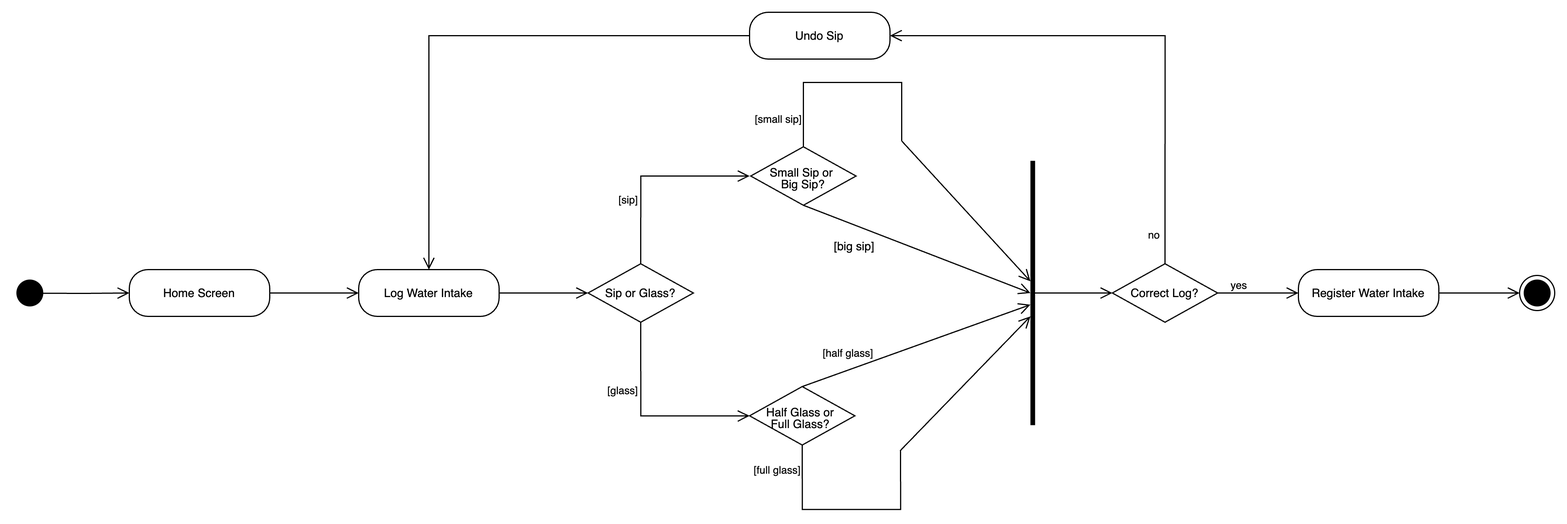
This is UML_diagrams/uml2_water_intake.png from software-students-spring2025/1-specification-exercise-proj1, a draw.io export, as it was before one commit. Source tidied: cells renumbered, new cells last; positions are measured from the earlier drawing's top-left corner, leaving out a move shared by most shapes. Source of this version:
```xml
<mxGraphModel>
  <root>
    <mxCell id="0" />
    <mxCell id="1" parent="0" />
    <mxCell id="2" style="ellipse;html=1;shape=startState;fillColor=#000000;strokeColor=#000000;" parent="1" vertex="1">
      <mxGeometry y="225" width="30" height="30" as="geometry" />
    </mxCell>
    <mxCell id="3" style="edgeStyle=orthogonalEdgeStyle;html=1;verticalAlign=bottom;endArrow=open;endSize=8;strokeColor=#000000;rounded=0;exitX=0.808;exitY=0.509;exitDx=0;exitDy=0;exitPerimeter=0;" parent="1" edge="1" source="2">
      <mxGeometry relative="1" as="geometry">
        <mxPoint x="100" y="240" as="targetPoint" />
      </mxGeometry>
    </mxCell>
    <mxCell id="4" value="&lt;font style=&quot;font-size: 10px;&quot;&gt;Home Screen&lt;/font&gt;" style="rounded=1;whiteSpace=wrap;html=1;arcSize=40;fontColor=#000000;fillColor=#FFFFFF;strokeColor=#000000;" parent="1" vertex="1">
      <mxGeometry x="100" y="220" width="120" height="40" as="geometry" />
    </mxCell>
    <mxCell id="5" style="edgeStyle=orthogonalEdgeStyle;html=1;verticalAlign=bottom;endArrow=open;endSize=8;strokeColor=#000000;rounded=0;exitX=0.808;exitY=0.509;exitDx=0;exitDy=0;exitPerimeter=0;" parent="1" edge="1">
      <mxGeometry relative="1" as="geometry">
        <mxPoint x="220" y="240" as="sourcePoint" />
        <mxPoint x="296" y="240" as="targetPoint" />
      </mxGeometry>
    </mxCell>
    <mxCell id="6" value="&lt;font style=&quot;font-size: 10px;&quot;&gt;Log Water Intake&lt;/font&gt;" style="rounded=1;whiteSpace=wrap;html=1;arcSize=40;fontColor=#000000;fillColor=#FFFFFF;strokeColor=#000000;" parent="1" vertex="1">
      <mxGeometry x="296" y="220" width="120" height="40" as="geometry" />
    </mxCell>
    <mxCell id="7" value="&lt;font style=&quot;font-size: 10px;&quot;&gt;Sip or Glass?&lt;/font&gt;" style="rhombus;whiteSpace=wrap;html=1;fontColor=#000000;fillColor=#FFFFFF;strokeColor=#000000;" parent="1" vertex="1">
      <mxGeometry x="492" y="215" width="90" height="50" as="geometry" />
    </mxCell>
    <mxCell id="8" style="edgeStyle=orthogonalEdgeStyle;html=1;verticalAlign=bottom;endArrow=open;endSize=8;strokeColor=#000000;rounded=0;exitX=0.808;exitY=0.509;exitDx=0;exitDy=0;exitPerimeter=0;" parent="1" edge="1">
      <mxGeometry relative="1" as="geometry">
        <mxPoint x="416" y="240" as="sourcePoint" />
        <mxPoint x="492" y="240" as="targetPoint" />
      </mxGeometry>
    </mxCell>
    <mxCell id="9" style="edgeStyle=orthogonalEdgeStyle;html=1;verticalAlign=bottom;endArrow=open;endSize=8;strokeColor=#000000;rounded=0;exitX=0.5;exitY=0;exitDx=0;exitDy=0;" parent="1" edge="1" source="7">
      <mxGeometry relative="1" as="geometry">
        <mxPoint x="630" y="140" as="targetPoint" />
        <Array as="points">
          <mxPoint x="537" y="140" />
        </Array>
      </mxGeometry>
    </mxCell>
    <mxCell id="10" value="&lt;font style=&quot;font-size: 9px;&quot;&gt;[sip]&lt;/font&gt;" style="edgeLabel;html=1;align=right;verticalAlign=middle;labelPosition=left;verticalLabelPosition=middle;" parent="9" vertex="1">
      <mxGeometry x="-0.34" relative="1" as="geometry">
        <mxPoint x="-3" as="offset" />
      </mxGeometry>
    </mxCell>
    <mxCell id="11" style="edgeStyle=orthogonalEdgeStyle;html=1;verticalAlign=bottom;endArrow=open;endSize=8;strokeColor=#000000;rounded=0;exitX=0.5;exitY=0;exitDx=0;exitDy=0;" parent="1" edge="1">
      <mxGeometry relative="1" as="geometry">
        <mxPoint x="537" y="265" as="sourcePoint" />
        <mxPoint x="630" y="345" as="targetPoint" />
        <Array as="points">
          <mxPoint x="537" y="345" />
          <mxPoint x="625" y="345" />
        </Array>
      </mxGeometry>
    </mxCell>
    <mxCell id="12" value="&lt;font style=&quot;font-size: 9px;&quot;&gt;[glass]&lt;/font&gt;" style="edgeLabel;html=1;align=right;verticalAlign=middle;labelPosition=left;verticalLabelPosition=middle;" parent="11" vertex="1">
      <mxGeometry x="-0.34" relative="1" as="geometry">
        <mxPoint x="-3" as="offset" />
      </mxGeometry>
    </mxCell>
    <mxCell id="13" value="&lt;font style=&quot;font-size: 10px; line-height: 50%;&quot;&gt;Small Sip or&amp;nbsp;&lt;/font&gt;&lt;div style=&quot;line-height: 50%;&quot;&gt;&lt;font style=&quot;font-size: 10px; line-height: 50%;&quot;&gt;Big Sip?&lt;/font&gt;&lt;/div&gt;" style="rhombus;whiteSpace=wrap;html=1;fontColor=#000000;fillColor=#FFFFFF;strokeColor=#000000;" parent="1" vertex="1">
      <mxGeometry x="631" y="115" width="90" height="50" as="geometry" />
    </mxCell>
    <mxCell id="14" style="edgeStyle=orthogonalEdgeStyle;html=1;verticalAlign=bottom;endArrow=none;endSize=8;strokeColor=#000000;rounded=0;exitX=0.5;exitY=0;exitDx=0;exitDy=0;startFill=0;" parent="1" edge="1">
      <mxGeometry relative="1" as="geometry">
        <mxPoint x="676" y="115" as="sourcePoint" />
        <mxPoint x="760" y="110" as="targetPoint" />
        <Array as="points">
          <mxPoint x="676" y="60" />
          <mxPoint x="760" y="60" />
        </Array>
      </mxGeometry>
    </mxCell>
    <mxCell id="15" value="&lt;font style=&quot;font-size: 9px;&quot;&gt;[small sip]&lt;/font&gt;" style="edgeLabel;html=1;align=right;verticalAlign=middle;labelPosition=left;verticalLabelPosition=middle;" parent="14" vertex="1">
      <mxGeometry x="-0.34" relative="1" as="geometry">
        <mxPoint x="-8" y="30" as="offset" />
      </mxGeometry>
    </mxCell>
    <mxCell id="16" style="html=1;verticalAlign=bottom;endArrow=open;endSize=8;strokeColor=#000000;rounded=0;exitX=0.5;exitY=0;exitDx=0;exitDy=0;" parent="1" edge="1">
      <mxGeometry relative="1" as="geometry">
        <mxPoint x="676" y="165" as="sourcePoint" />
        <mxPoint x="870" y="240" as="targetPoint" />
      </mxGeometry>
    </mxCell>
    <mxCell id="17" value="&lt;font size=&quot;1&quot;&gt;[big sip]&lt;/font&gt;" style="edgeLabel;html=1;align=right;verticalAlign=middle;labelPosition=left;verticalLabelPosition=middle;" parent="16" vertex="1">
      <mxGeometry x="-0.34" relative="1" as="geometry">
        <mxPoint x="-3" y="10" as="offset" />
      </mxGeometry>
    </mxCell>
    <mxCell id="18" value="&lt;span style=&quot;font-size: 10px; line-height: 50%;&quot;&gt;Half Glass or&amp;nbsp;&lt;/span&gt;&lt;div style=&quot;line-height: 50%;&quot;&gt;&lt;span style=&quot;font-size: 10px; line-height: 50%;&quot;&gt;Full Glass?&amp;nbsp;&lt;/span&gt;&lt;/div&gt;" style="rhombus;whiteSpace=wrap;html=1;fontColor=#000000;fillColor=#FFFFFF;strokeColor=#000000;" parent="1" vertex="1">
      <mxGeometry x="630" y="320" width="90" height="50" as="geometry" />
    </mxCell>
    <mxCell id="19" style="html=1;verticalAlign=bottom;endArrow=open;endSize=8;strokeColor=#000000;rounded=0;exitX=0.5;exitY=0;exitDx=0;exitDy=0;" parent="1" edge="1">
      <mxGeometry relative="1" as="geometry">
        <mxPoint x="675" y="320" as="sourcePoint" />
        <mxPoint x="870" y="250" as="targetPoint" />
      </mxGeometry>
    </mxCell>
    <mxCell id="20" value="&lt;font style=&quot;font-size: 9px;&quot;&gt;[half glass]&lt;/font&gt;" style="edgeLabel;html=1;align=right;verticalAlign=middle;labelPosition=left;verticalLabelPosition=middle;" parent="19" vertex="1">
      <mxGeometry x="-0.34" relative="1" as="geometry">
        <mxPoint x="-3" y="-7" as="offset" />
      </mxGeometry>
    </mxCell>
    <mxCell id="21" style="line;strokeWidth=4;fillColor=none;align=left;verticalAlign=middle;spacingTop=-1;spacingLeft=3;spacingRight=3;labelPosition=right;points=[];portConstraint=eastwest;strokeColor=inherit;direction=south;" parent="1" vertex="1">
      <mxGeometry x="868" y="127" width="8" height="226" as="geometry" />
    </mxCell>
    <mxCell id="22" style="html=1;verticalAlign=bottom;endArrow=open;endSize=8;strokeColor=#000000;rounded=0;exitX=0.5;exitY=0;exitDx=0;exitDy=0;" parent="1" edge="1">
      <mxGeometry relative="1" as="geometry">
        <mxPoint x="760" y="110" as="sourcePoint" />
        <mxPoint x="870" y="230" as="targetPoint" />
      </mxGeometry>
    </mxCell>
    <mxCell id="23" style="edgeStyle=orthogonalEdgeStyle;html=1;verticalAlign=bottom;endArrow=none;endSize=8;strokeColor=#000000;rounded=0;exitX=0.5;exitY=0;exitDx=0;exitDy=0;startFill=0;" parent="1" edge="1">
      <mxGeometry relative="1" as="geometry">
        <mxPoint x="675" y="370" as="sourcePoint" />
        <mxPoint x="759" y="375" as="targetPoint" />
        <Array as="points">
          <mxPoint x="675" y="425" />
          <mxPoint x="759" y="425" />
        </Array>
      </mxGeometry>
    </mxCell>
    <mxCell id="24" value="&lt;font style=&quot;font-size: 9px;&quot;&gt;[full glass]&lt;/font&gt;" style="edgeLabel;html=1;align=right;verticalAlign=middle;labelPosition=left;verticalLabelPosition=middle;" parent="23" vertex="1">
      <mxGeometry x="-0.34" relative="1" as="geometry">
        <mxPoint x="-8" y="-35" as="offset" />
      </mxGeometry>
    </mxCell>
    <mxCell id="25" style="html=1;verticalAlign=bottom;endArrow=open;endSize=8;strokeColor=#000000;rounded=0;exitX=0.5;exitY=0;exitDx=0;exitDy=0;" parent="1" edge="1">
      <mxGeometry relative="1" as="geometry">
        <mxPoint x="758.6" y="375" as="sourcePoint" />
        <mxPoint x="870" y="260" as="targetPoint" />
      </mxGeometry>
    </mxCell>
    <mxCell id="26" style="edgeStyle=orthogonalEdgeStyle;html=1;verticalAlign=bottom;endArrow=open;endSize=8;strokeColor=#000000;rounded=0;exitX=0.808;exitY=0.509;exitDx=0;exitDy=0;exitPerimeter=0;entryX=0;entryY=0.5;entryDx=0;entryDy=0;" parent="1" edge="1">
      <mxGeometry relative="1" as="geometry">
        <mxPoint x="871" y="240" as="sourcePoint" />
        <mxPoint x="940" y="240" as="targetPoint" />
      </mxGeometry>
    </mxCell>
    <mxCell id="27" value="&lt;font style=&quot;font-size: 10px;&quot;&gt;Correct Log?&lt;/font&gt;" style="rhombus;whiteSpace=wrap;html=1;fontColor=#000000;fillColor=#FFFFFF;strokeColor=#000000;" parent="1" vertex="1">
      <mxGeometry x="940" y="215" width="90" height="50" as="geometry" />
    </mxCell>
    <mxCell id="28" style="edgeStyle=orthogonalEdgeStyle;html=1;verticalAlign=bottom;endArrow=open;endSize=8;strokeColor=#000000;rounded=0;entryX=0.5;entryY=0;entryDx=0;entryDy=0;exitX=0;exitY=0.5;exitDx=0;exitDy=0;" parent="1" edge="1" source="36" target="6">
      <mxGeometry relative="1" as="geometry">
        <Array as="points">
          <mxPoint x="356" y="20" />
        </Array>
      </mxGeometry>
    </mxCell>
    <mxCell id="29" style="edgeStyle=orthogonalEdgeStyle;html=1;verticalAlign=bottom;endArrow=open;endSize=8;strokeColor=#000000;rounded=0;exitX=0.808;exitY=0.509;exitDx=0;exitDy=0;exitPerimeter=0;entryX=0;entryY=0.5;entryDx=0;entryDy=0;" parent="1" edge="1">
      <mxGeometry relative="1" as="geometry">
        <mxPoint x="1030" y="240" as="sourcePoint" />
        <mxPoint x="1099" y="240" as="targetPoint" />
      </mxGeometry>
    </mxCell>
    <mxCell id="30" value="&lt;font style=&quot;font-size: 9px;&quot;&gt;yes&lt;/font&gt;" style="edgeLabel;html=1;align=center;verticalAlign=bottom;labelPosition=center;verticalLabelPosition=top;" parent="29" vertex="1">
      <mxGeometry x="-0.49" relative="1" as="geometry" />
    </mxCell>
    <mxCell id="31" value="&lt;font style=&quot;font-size: 10px;&quot;&gt;Register Water Intake&lt;/font&gt;" style="rounded=1;whiteSpace=wrap;html=1;arcSize=40;fontColor=#000000;fillColor=#FFFFFF;strokeColor=#000000;" parent="1" vertex="1">
      <mxGeometry x="1099" y="220" width="120" height="40" as="geometry" />
    </mxCell>
    <mxCell id="32" style="edgeStyle=orthogonalEdgeStyle;html=1;verticalAlign=bottom;endArrow=open;endSize=8;strokeColor=#000000;rounded=0;exitX=0.808;exitY=0.509;exitDx=0;exitDy=0;exitPerimeter=0;entryX=0;entryY=0.5;entryDx=0;entryDy=0;" parent="1" edge="1">
      <mxGeometry relative="1" as="geometry">
        <mxPoint x="1219" y="240" as="sourcePoint" />
        <mxPoint x="1288" y="240" as="targetPoint" />
      </mxGeometry>
    </mxCell>
    <mxCell id="33" style="ellipse;html=1;shape=endState;fillColor=#000000;strokeColor=#000000;" parent="1" vertex="1">
      <mxGeometry x="1288" y="225" width="30" height="30" as="geometry" />
    </mxCell>
    <mxCell id="34" style="edgeStyle=orthogonalEdgeStyle;html=1;verticalAlign=bottom;endArrow=open;endSize=8;strokeColor=#000000;rounded=0;exitX=0.5;exitY=0;exitDx=0;exitDy=0;entryX=1;entryY=0.5;entryDx=0;entryDy=0;" parent="1" edge="1" target="36">
      <mxGeometry relative="1" as="geometry">
        <mxPoint x="985" y="215" as="sourcePoint" />
        <Array as="points">
          <mxPoint x="985" y="20" />
        </Array>
      </mxGeometry>
    </mxCell>
    <mxCell id="35" value="&lt;font style=&quot;font-size: 9px;&quot;&gt;no&lt;/font&gt;" style="edgeLabel;html=1;align=right;verticalAlign=middle;labelPosition=left;verticalLabelPosition=middle;" parent="34" vertex="1">
      <mxGeometry x="-0.34" relative="1" as="geometry">
        <mxPoint x="-5" y="116" as="offset" />
      </mxGeometry>
    </mxCell>
    <mxCell id="36" value="&lt;font style=&quot;font-size: 10px;&quot;&gt;Undo Sip&lt;/font&gt;" style="rounded=1;whiteSpace=wrap;html=1;arcSize=40;fontColor=#000000;fillColor=#FFFFFF;strokeColor=#000000;" parent="1" vertex="1">
      <mxGeometry x="630" width="120" height="40" as="geometry" />
    </mxCell>
  </root>
</mxGraphModel>
```
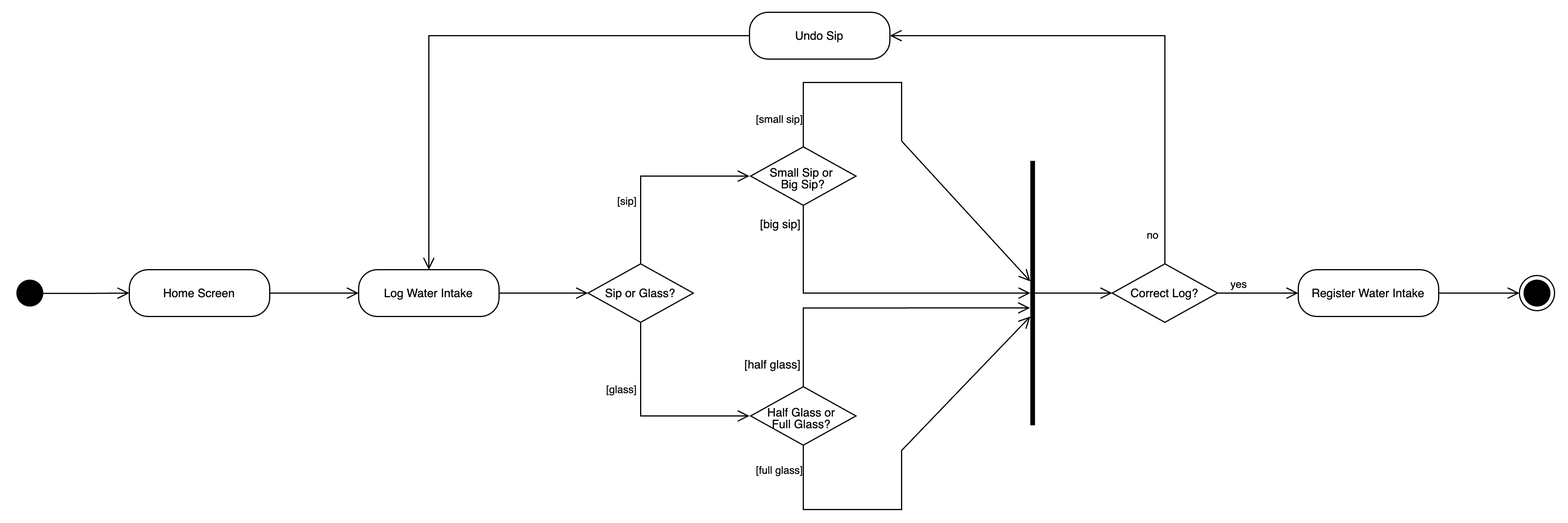
The same file after the commit.

Commit message:
Update UML Diagram 2

What changed in the source:
```diff
@@ -77,31 +77,9 @@
         <mxPoint x="-8" y="30" as="offset" />
       </mxGeometry>
     </mxCell>
-    <mxCell id="16" style="html=1;verticalAlign=bottom;endArrow=open;endSize=8;strokeColor=#000000;rounded=0;exitX=0.5;exitY=0;exitDx=0;exitDy=0;" parent="1" edge="1">
-      <mxGeometry relative="1" as="geometry">
-        <mxPoint x="676" y="165" as="sourcePoint" />
-        <mxPoint x="870" y="240" as="targetPoint" />
-      </mxGeometry>
-    </mxCell>
-    <mxCell id="17" value="&lt;font size=&quot;1&quot;&gt;[big sip]&lt;/font&gt;" style="edgeLabel;html=1;align=right;verticalAlign=middle;labelPosition=left;verticalLabelPosition=middle;" parent="16" vertex="1">
-      <mxGeometry x="-0.34" relative="1" as="geometry">
-        <mxPoint x="-3" y="10" as="offset" />
-      </mxGeometry>
-    </mxCell>
     <mxCell id="18" value="&lt;span style=&quot;font-size: 10px; line-height: 50%;&quot;&gt;Half Glass or&amp;nbsp;&lt;/span&gt;&lt;div style=&quot;line-height: 50%;&quot;&gt;&lt;span style=&quot;font-size: 10px; line-height: 50%;&quot;&gt;Full Glass?&amp;nbsp;&lt;/span&gt;&lt;/div&gt;" style="rhombus;whiteSpace=wrap;html=1;fontColor=#000000;fillColor=#FFFFFF;strokeColor=#000000;" parent="1" vertex="1">
-      <mxGeometry x="630" y="320" width="90" height="50" as="geometry" />
+      <mxGeometry x="631" y="320" width="90" height="50" as="geometry" />
     </mxCell>
-    <mxCell id="19" style="html=1;verticalAlign=bottom;endArrow=open;endSize=8;strokeColor=#000000;rounded=0;exitX=0.5;exitY=0;exitDx=0;exitDy=0;" parent="1" edge="1">
-      <mxGeometry relative="1" as="geometry">
-        <mxPoint x="675" y="320" as="sourcePoint" />
-        <mxPoint x="870" y="250" as="targetPoint" />
-      </mxGeometry>
-    </mxCell>
-    <mxCell id="20" value="&lt;font style=&quot;font-size: 9px;&quot;&gt;[half glass]&lt;/font&gt;" style="edgeLabel;html=1;align=right;verticalAlign=middle;labelPosition=left;verticalLabelPosition=middle;" parent="19" vertex="1">
-      <mxGeometry x="-0.34" relative="1" as="geometry">
-        <mxPoint x="-3" y="-7" as="offset" />
-      </mxGeometry>
-    </mxCell>
     <mxCell id="21" style="line;strokeWidth=4;fillColor=none;align=left;verticalAlign=middle;spacingTop=-1;spacingLeft=3;spacingRight=3;labelPosition=right;points=[];portConstraint=eastwest;strokeColor=inherit;direction=south;" parent="1" vertex="1">
       <mxGeometry x="868" y="127" width="8" height="226" as="geometry" />
     </mxCell>
@@ -113,11 +91,11 @@
     </mxCell>
     <mxCell id="23" style="edgeStyle=orthogonalEdgeStyle;html=1;verticalAlign=bottom;endArrow=none;endSize=8;strokeColor=#000000;rounded=0;exitX=0.5;exitY=0;exitDx=0;exitDy=0;startFill=0;" parent="1" edge="1">
       <mxGeometry relative="1" as="geometry">
-        <mxPoint x="675" y="370" as="sourcePoint" />
-        <mxPoint x="759" y="375" as="targetPoint" />
+        <mxPoint x="676" y="370" as="sourcePoint" />
+        <mxPoint x="760" y="375" as="targetPoint" />
         <Array as="points">
-          <mxPoint x="675" y="425" />
-          <mxPoint x="759" y="425" />
+          <mxPoint x="676" y="425" />
+          <mxPoint x="760" y="425" />
         </Array>
       </mxGeometry>
     </mxCell>
@@ -128,7 +106,7 @@
     </mxCell>
     <mxCell id="25" style="html=1;verticalAlign=bottom;endArrow=open;endSize=8;strokeColor=#000000;rounded=0;exitX=0.5;exitY=0;exitDx=0;exitDy=0;" parent="1" edge="1">
       <mxGeometry relative="1" as="geometry">
-        <mxPoint x="758.6" y="375" as="sourcePoint" />
+        <mxPoint x="759.6" y="375" as="sourcePoint" />
         <mxPoint x="870" y="260" as="targetPoint" />
       </mxGeometry>
     </mxCell>
@@ -185,5 +163,32 @@
     <mxCell id="36" value="&lt;font style=&quot;font-size: 10px;&quot;&gt;Undo Sip&lt;/font&gt;" style="rounded=1;whiteSpace=wrap;html=1;arcSize=40;fontColor=#000000;fillColor=#FFFFFF;strokeColor=#000000;" parent="1" vertex="1">
       <mxGeometry x="630" width="120" height="40" as="geometry" />
     </mxCell>
+    <mxCell id="37" style="edgeStyle=orthogonalEdgeStyle;html=1;verticalAlign=bottom;endArrow=open;endSize=8;strokeColor=#000000;rounded=0;exitX=0.5;exitY=1;exitDx=0;exitDy=0;" parent="1" edge="1">
+      <mxGeometry relative="1" as="geometry">
+        <mxPoint x="676" y="165" as="sourcePoint" />
+        <mxPoint x="870" y="240" as="targetPoint" />
+        <Array as="points">
+          <mxPoint x="676" y="240" />
+        </Array>
+      </mxGeometry>
+    </mxCell>
+    <mxCell id="17" value="&lt;font size=&quot;1&quot;&gt;[big sip]&lt;/font&gt;" style="edgeLabel;html=1;align=right;verticalAlign=middle;labelPosition=left;verticalLabelPosition=middle;" parent="37" vertex="1">
+      <mxGeometry x="-0.34" relative="1" as="geometry">
+        <mxPoint x="-15" y="-60" as="offset" />
+      </mxGeometry>
+    </mxCell>
+    <mxCell id="38" style="edgeStyle=orthogonalEdgeStyle;html=1;verticalAlign=bottom;endArrow=open;endSize=8;strokeColor=#000000;rounded=0;entryX=0.556;entryY=0.79;entryDx=0;entryDy=0;entryPerimeter=0;" parent="1" edge="1" target="21">
+      <mxGeometry relative="1" as="geometry">
+        <mxPoint x="676" y="320" as="sourcePoint" />
+        <Array as="points">
+          <mxPoint x="676" y="253" />
+        </Array>
+      </mxGeometry>
+    </mxCell>
+    <mxCell id="20" value="&lt;font size=&quot;1&quot;&gt;[half glass]&lt;/font&gt;" style="edgeLabel;html=1;align=right;verticalAlign=middle;labelPosition=left;verticalLabelPosition=middle;" parent="38" vertex="1">
+      <mxGeometry x="-0.34" relative="1" as="geometry">
+        <mxPoint x="-20" y="48" as="offset" />
+      </mxGeometry>
+    </mxCell>
   </root>
 </mxGraphModel>
```
